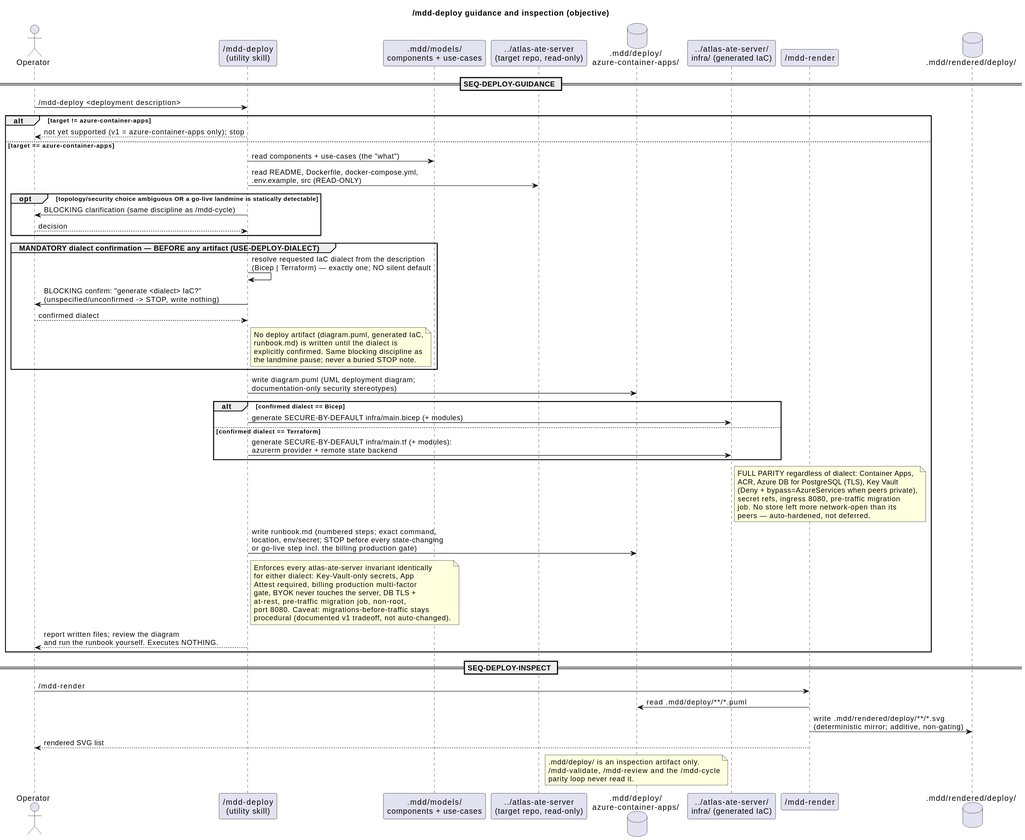
This is .mdd/rendered/models/objective/sequences/deploy-guidance.svg from cthadeufaria/model-driven-development, a PlantUML export, as it was before one commit.
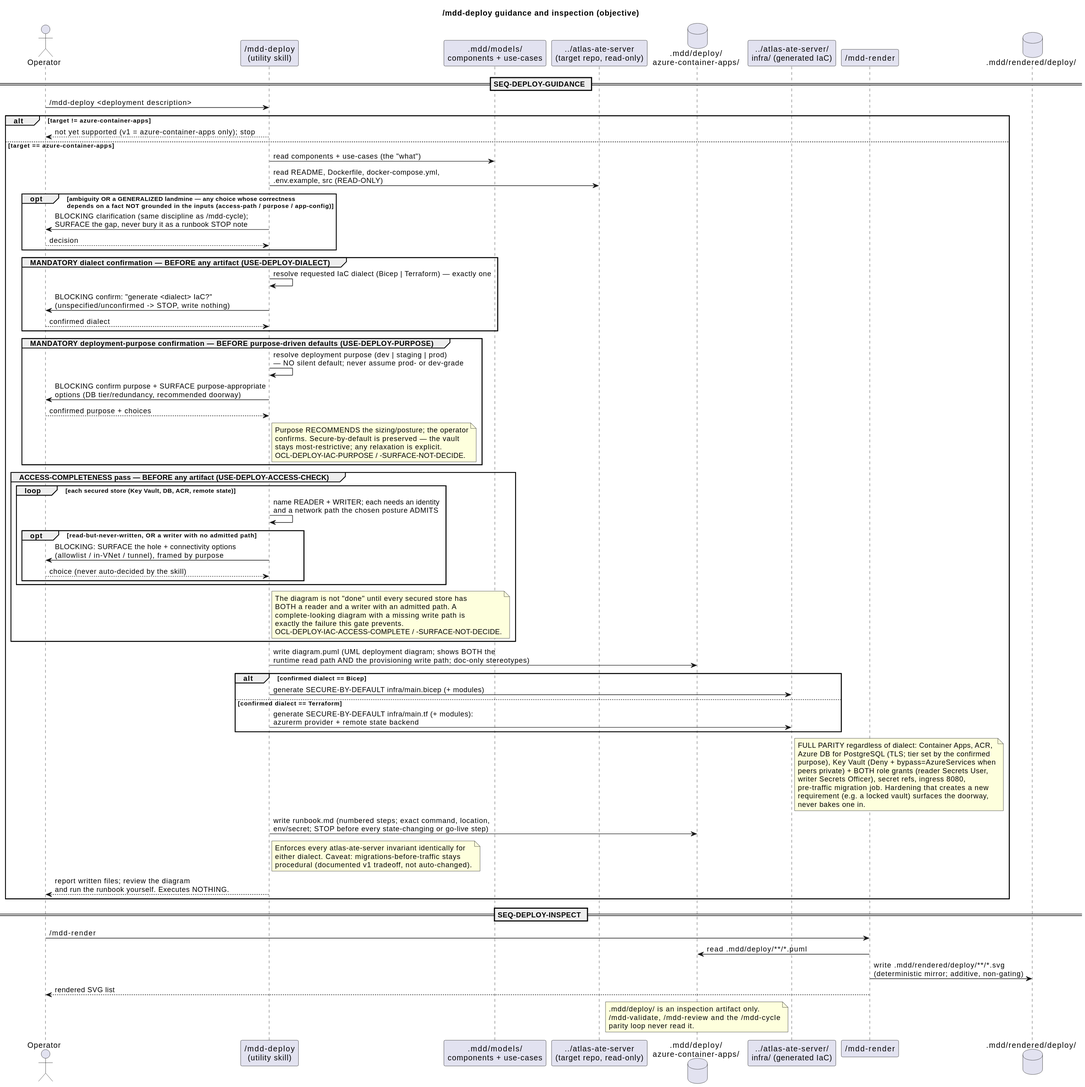
After the change.

What changed in the source:
```diff
@@ -17,45 +17,66 @@
 else target == azure-container-apps
   Dep -> Models : read components + use-cases (the "what")
   Dep -> Target : read README, Dockerfile, docker-compose.yml,\n.env.example, src (READ-ONLY)
-  opt topology/security choice ambiguous OR a go-live landmine is statically detectable
-    Dep -> Op : BLOCKING clarification (same discipline as /mdd-cycle)
+  opt ambiguity OR a GENERALIZED landmine — any choice whose correctness\ndepends on a fact NOT grounded in the inputs (access-path / purpose / app-config)
+    Dep -> Op : BLOCKING clarification (same discipline as /mdd-cycle);\nSURFACE the gap, never bury it as a runbook STOP note
     Op --> Dep : decision
   end
 
   group MANDATORY dialect confirmation — BEFORE any artifact (USE-DEPLOY-DIALECT)
-    Dep -> Dep : resolve requested IaC dialect from the description\n(Bicep | Terraform) — exactly one; NO silent default
+    Dep -> Dep : resolve requested IaC dialect (Bicep | Terraform) — exactly one
     Dep -> Op : BLOCKING confirm: "generate <dialect> IaC?"\n(unspecified/unconfirmed -> STOP, write nothing)
     Op --> Dep : confirmed dialect
+  end
+
+  group MANDATORY deployment-purpose confirmation — BEFORE purpose-driven defaults (USE-DEPLOY-PURPOSE)
+    Dep -> Dep : resolve deployment purpose (dev | staging | prod)\n— NO silent default; never assume prod- or dev-grade
+    Dep -> Op : BLOCKING confirm purpose + SURFACE purpose-appropriate\noptions (DB tier/redundancy, recommended doorway)
+    Op --> Dep : confirmed purpose + choices
     note right of Dep
-      No deploy artifact (diagram.puml, generated IaC,
-      runbook.md) is written until the dialect is
-      explicitly confirmed. Same blocking discipline as
-      the landmine pause; never a buried STOP note.
+      Purpose RECOMMENDS the sizing/posture; the operator
+      confirms. Secure-by-default is preserved — the vault
+      stays most-restrictive; any relaxation is explicit.
+      OCL-DEPLOY-IAC-PURPOSE / -SURFACE-NOT-DECIDE.
     end note
   end
 
-  Dep -> Store : write diagram.puml (UML deployment diagram;\ndocumentation-only security stereotypes)
+  group ACCESS-COMPLETENESS pass — BEFORE any artifact (USE-DEPLOY-ACCESS-CHECK)
+    loop each secured store (Key Vault, DB, ACR, remote state)
+      Dep -> Dep : name READER + WRITER; each needs an identity\nand a network path the chosen posture ADMITS
+      opt read-but-never-written, OR a writer with no admitted path
+        Dep -> Op : BLOCKING: SURFACE the hole + connectivity options\n(allowlist / in-VNet / tunnel), framed by purpose
+        Op --> Dep : choice (never auto-decided by the skill)
+      end
+    end
+    note right of Dep
+      The diagram is not "done" until every secured store has
+      BOTH a reader and a writer with an admitted path. A
+      complete-looking diagram with a missing write path is
+      exactly the failure this gate prevents.
+      OCL-DEPLOY-IAC-ACCESS-COMPLETE / -SURFACE-NOT-DECIDE.
+    end note
+  end
+
+  Dep -> Store : write diagram.puml (UML deployment diagram; shows BOTH the\nruntime read path AND the provisioning write path; doc-only stereotypes)
   alt confirmed dialect == Bicep
     Dep -> Infra : generate SECURE-BY-DEFAULT infra/main.bicep (+ modules)
   else confirmed dialect == Terraform
     Dep -> Infra : generate SECURE-BY-DEFAULT infra/main.tf (+ modules):\nazurerm provider + remote state backend
   end
   note right of Infra
-    FULL PARITY regardless of dialect: Container Apps,
-    ACR, Azure DB for PostgreSQL (TLS), Key Vault
-    (Deny + bypass=AzureServices when peers private),
-    secret refs, ingress 8080, pre-traffic migration
-    job. No store left more network-open than its
-    peers — auto-hardened, not deferred.
+    FULL PARITY regardless of dialect: Container Apps, ACR,
+    Azure DB for PostgreSQL (TLS; tier set by the confirmed
+    purpose), Key Vault (Deny + bypass=AzureServices when
+    peers private) + BOTH role grants (reader Secrets User,
+    writer Secrets Officer), secret refs, ingress 8080,
+    pre-traffic migration job. Hardening that creates a new
+    requirement (e.g. a locked vault) surfaces the doorway,
+    never bakes one in.
   end note
-  Dep -> Store : write runbook.md (numbered steps; exact command,\nlocation, env/secret; STOP before every state-changing\nor go-live step incl. the billing production gate)
+  Dep -> Store : write runbook.md (numbered steps; exact command, location,\nenv/secret; STOP before every state-changing or go-live step)
   note right of Dep
-    Enforces every atlas-ate-server invariant identically
-    for either dialect: Key-Vault-only secrets, App
-    Attest required, billing production multi-factor
-    gate, BYOK never touches the server, DB TLS +
-    at-rest, pre-traffic migration job, non-root,
-    port 8080. Caveat: migrations-before-traffic stays
+    Enforces every atlas-ate-server invariant identically for
+    either dialect. Caveat: migrations-before-traffic stays
     procedural (documented v1 tradeoff, not auto-changed).
   end note
   Dep --> Op : report written files; review the diagram\nand run the runbook yourself. Executes NOTHING.
```
